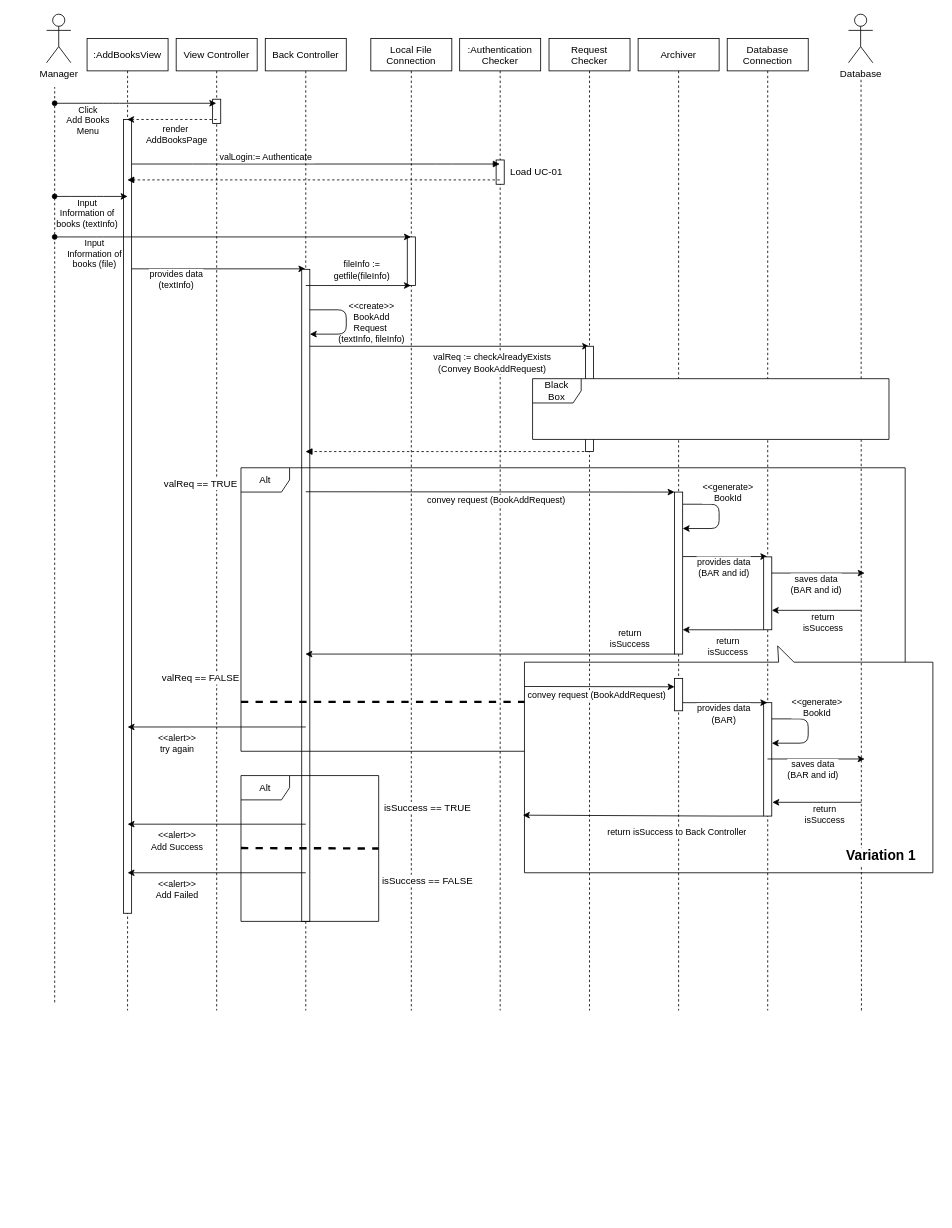
youngkwon02/Enhanced-library-management keeps this draw.io diagram as docs/SequenceDiagram/SD-UC-03.drawio. Above is the earlier version. Source tidied: cells renumbered, new cells numbered last; positions are measured from the earlier drawing's top-left corner, leaving out a move shared by most shapes. Both pictures are drawn from the tidied source at 81%, with x=0, y=0 at pixel (46, 14).
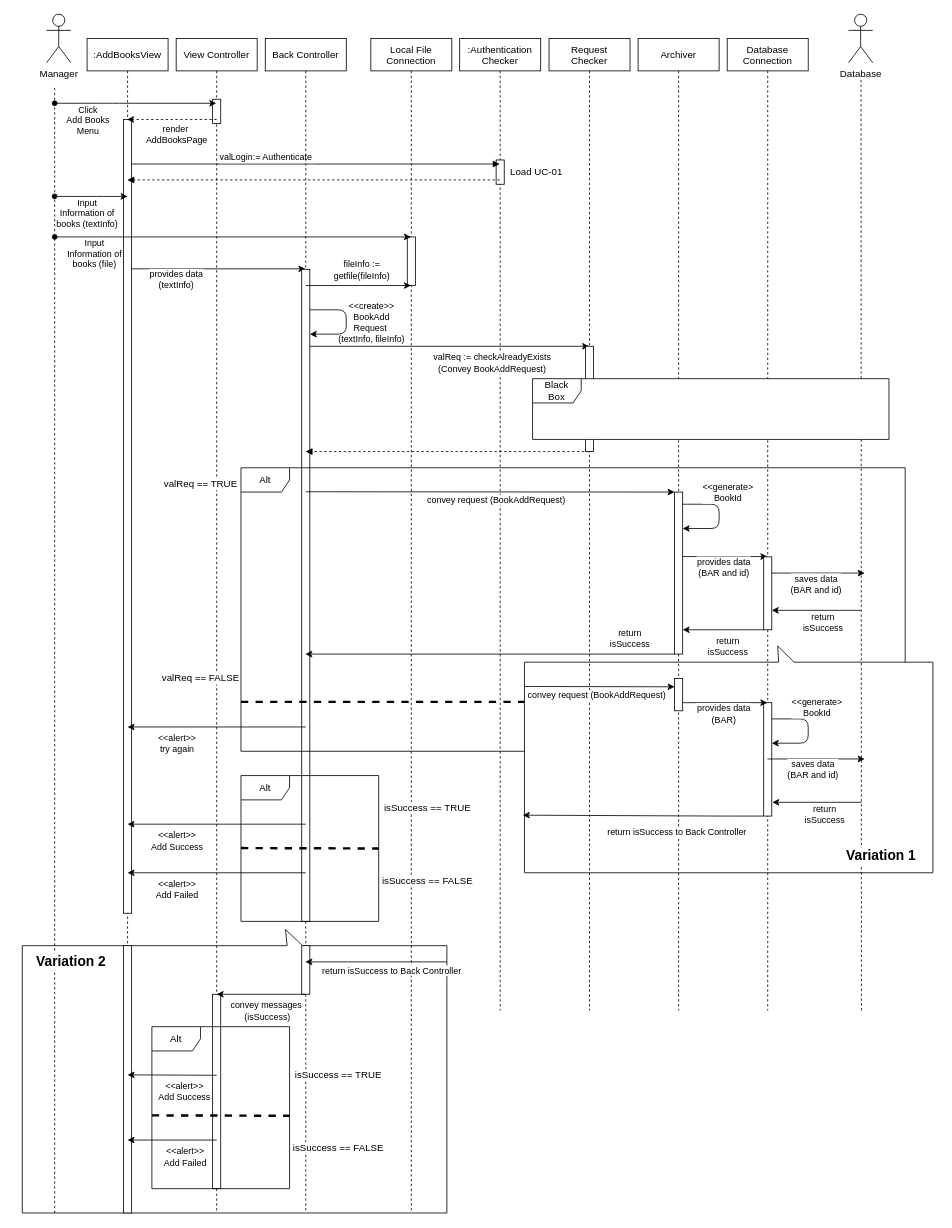
The same page after the edit.

What changed in the source:
```diff
@@
+    <mxCell id="88" style="shape=callout;whiteSpace=wrap;html=1;perimeter=calloutPerimeter;position2=0.38;size=20;position=0.34;base=19;rotation=-180;" parent="1" vertex="1">
+      <mxGeometry x="-30" y="1130" width="524.2" height="350" as="geometry" />
+    </mxCell>
@@
     <mxCell id="6" value=":AddBooksView" style="shape=umlLifeline;perimeter=lifelinePerimeter;rounded=0;shadow=0;strokeWidth=1;" parent="1" vertex="1">
-      <mxGeometry x="50" y="30" width="100" height="1200" as="geometry" />
+      <mxGeometry x="50" y="30" width="100" height="1450" as="geometry" />
     </mxCell>
@@
+    <mxCell id="89" style="perimeter=orthogonalPerimeter;rounded=0;shadow=0;strokeWidth=1;" parent="6" vertex="1">
+      <mxGeometry x="45" y="1120" width="10" height="330" as="geometry" />
+    </mxCell>
     <mxCell id="8" value="View Controller" style="shape=umlLifeline;perimeter=lifelinePerimeter;rounded=0;shadow=0;strokeWidth=1;" parent="1" vertex="1">
-      <mxGeometry x="160" y="30" width="100" height="1200" as="geometry" />
+      <mxGeometry x="160" y="30" width="100" height="1450" as="geometry" />
     </mxCell>
@@
+    <mxCell id="90" style="perimeter=orthogonalPerimeter;rounded=0;shadow=0;strokeWidth=1;" parent="8" vertex="1">
+      <mxGeometry x="45" y="1180" width="10" height="240" as="geometry" />
+    </mxCell>
@@
     <mxCell id="12" value="Back Controller" style="shape=umlLifeline;perimeter=lifelinePerimeter;rounded=0;shadow=0;strokeWidth=1;" parent="1" vertex="1">
-      <mxGeometry x="270" y="30" width="100" height="1200" as="geometry" />
+      <mxGeometry x="270" y="30" width="100" height="1450" as="geometry" />
     </mxCell>
@@
+    <mxCell id="91" style="perimeter=orthogonalPerimeter;rounded=0;shadow=0;strokeWidth=1;" parent="12" vertex="1">
+      <mxGeometry x="45" y="1120" width="10" height="60" as="geometry" />
+    </mxCell>
     <mxCell id="14" value="Local File&#10;Connection" style="shape=umlLifeline;perimeter=lifelinePerimeter;rounded=0;shadow=0;strokeWidth=1;" parent="1" vertex="1">
-      <mxGeometry x="400.3" y="30" width="100" height="1200" as="geometry" />
+      <mxGeometry x="400.3" y="30" width="100" height="1450" as="geometry" />
     </mxCell>
@@
     <mxCell id="21" style="endArrow=none;dashed=1;html=1;" parent="1" edge="1">
       <mxGeometry relative="1" as="geometry">
-        <mxPoint x="10" y="1220" as="sourcePoint" />
+        <mxPoint x="10" y="1480" as="sourcePoint" />
         <mxPoint x="10" y="90" as="targetPoint" />
       </mxGeometry>
     </mxCell>
@@
+    <mxCell id="92" style="endArrow=classic;html=1;" parent="1" edge="1" target="12">
+      <mxGeometry relative="1" as="geometry">
+        <mxPoint x="494.2" y="1170" as="sourcePoint" />
+      </mxGeometry>
+    </mxCell>
+    <mxCell id="93" value="return isSuccess to Back Controller" style="edgeLabel;html=1;align=center;verticalAlign=middle;" parent="92" vertex="1">
+      <mxGeometry x="-0.36" y="-3" relative="1" as="geometry">
+        <mxPoint x="-13" y="13" as="offset" />
+      </mxGeometry>
+    </mxCell>
+    <mxCell id="94" style="endArrow=classic;html=1;" parent="1" edge="1">
+      <mxGeometry relative="1" as="geometry">
+        <mxPoint x="320" y="1210" as="sourcePoint" />
+        <mxPoint x="210" y="1210" as="targetPoint" />
+      </mxGeometry>
+    </mxCell>
+    <mxCell id="95" value="convey messages&lt;br&gt;&amp;nbsp;(isSuccess)" style="edgeLabel;html=1;align=center;verticalAlign=middle;" parent="94" vertex="1">
+      <mxGeometry x="-0.36" y="-3" relative="1" as="geometry">
+        <mxPoint x="-15" y="23" as="offset" />
+      </mxGeometry>
+    </mxCell>
+    <mxCell id="96" value="Alt" style="shape=umlFrame;whiteSpace=wrap;html=1;labelBackgroundColor=#ffffff;fillColor=#FFFFFF;gradientColor=none;" parent="1" vertex="1">
+      <mxGeometry x="130" y="1250" width="170" height="200" as="geometry" />
+    </mxCell>
+    <mxCell id="97" style="endArrow=none;dashed=1;html=1;strokeWidth=3;" parent="1" edge="1">
+      <mxGeometry relative="1" as="geometry">
+        <mxPoint x="130" y="1359.5" as="sourcePoint" />
+        <mxPoint x="300" y="1360" as="targetPoint" />
+      </mxGeometry>
+    </mxCell>
+    <mxCell id="98" value="isSuccess == TRUE" style="text;html=1;strokeColor=none;fillColor=none;align=center;verticalAlign=middle;rounded=0;labelBackgroundColor=#ffffff;" parent="1" vertex="1">
+      <mxGeometry x="290.3" y="1280" width="140" height="60" as="geometry" />
+    </mxCell>
+    <mxCell id="99" value="isSuccess == FALSE" style="text;html=1;strokeColor=none;fillColor=none;align=center;verticalAlign=middle;rounded=0;labelBackgroundColor=#ffffff;" parent="1" vertex="1">
+      <mxGeometry x="290.3" y="1370" width="140" height="60" as="geometry" />
+    </mxCell>
+    <mxCell id="100" style="endArrow=classic;html=1;strokeWidth=1;" parent="1" edge="1">
+      <mxGeometry relative="1" as="geometry">
+        <mxPoint x="210" y="1310" as="sourcePoint" />
+        <mxPoint x="100" y="1309.5" as="targetPoint" />
+      </mxGeometry>
+    </mxCell>
+    <mxCell id="101" value="&amp;lt;&amp;lt;alert&amp;gt;&amp;gt;&lt;br&gt;Add Success" style="edgeLabel;html=1;align=center;verticalAlign=middle;" parent="100" vertex="1">
+      <mxGeometry x="0.16" y="4" relative="1" as="geometry">
+        <mxPoint x="24" y="16" as="offset" />
+      </mxGeometry>
+    </mxCell>
+    <mxCell id="102" style="endArrow=classic;html=1;strokeWidth=1;" parent="1" edge="1">
+      <mxGeometry relative="1" as="geometry">
+        <mxPoint x="210" y="1390" as="sourcePoint" />
+        <mxPoint x="100" y="1390" as="targetPoint" />
+      </mxGeometry>
+    </mxCell>
+    <mxCell id="103" value="&amp;lt;&amp;lt;alert&amp;gt;&amp;gt;&lt;br&gt;Add Failed" style="edgeLabel;html=1;align=center;verticalAlign=middle;" parent="102" vertex="1">
+      <mxGeometry x="0.16" y="4" relative="1" as="geometry">
+        <mxPoint x="24" y="16" as="offset" />
+      </mxGeometry>
+    </mxCell>
+    <mxCell id="104" value="Variation 2" style="text;html=1;strokeColor=none;fillColor=none;align=center;verticalAlign=middle;rounded=0;labelBackgroundColor=#ffffff;fontSize=17;fontStyle=1;" parent="1" vertex="1">
+      <mxGeometry x="-40" y="1140" width="140" height="60" as="geometry" />
+    </mxCell>
```
